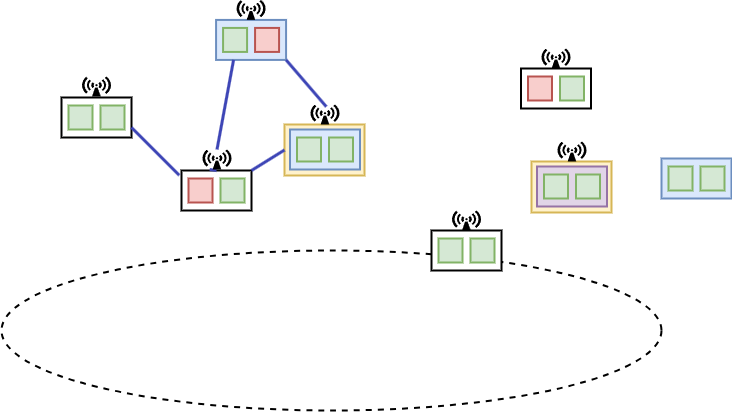
The draw.io diagram 名称未設定ファイル.drawio.png in Creammilky/draw.io, before a commit. Source tidied: cells renumbered, new cells last; positions are measured from the earlier drawing's top-left corner, leaving out a move shared by most shapes.
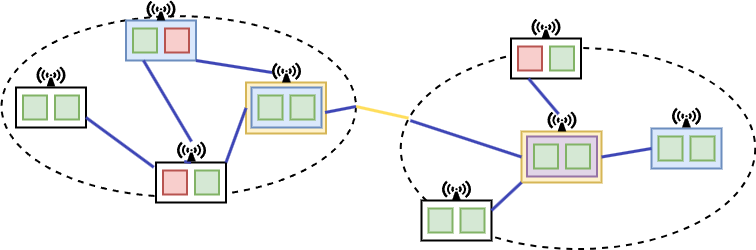
After the commit.

Commit message:
名称未設定ファイル.drawio.png を更新します

What changed in the source:
```diff
@@ -2,47 +2,50 @@
   <root>
     <mxCell id="0" />
     <mxCell id="1" parent="0" />
+    <mxCell id="41" style="ellipse;whiteSpace=wrap;html=1;dashed=1;strokeWidth=2;fillStyle=hatch;fillColor=none;gradientColor=none;" parent="1" vertex="1">
+      <mxGeometry x="409.2" y="78.5" width="354.5" height="201" as="geometry" />
+    </mxCell>
+    <mxCell id="3" style="ellipse;whiteSpace=wrap;html=1;dashed=1;strokeWidth=2;fillStyle=hatch;fillColor=none;gradientColor=none;" parent="1" vertex="1">
+      <mxGeometry x="10" y="46.7" width="354.5" height="180.6" as="geometry" />
+    </mxCell>
     <mxCell id="2" style="rounded=0;whiteSpace=wrap;html=1;strokeWidth=2;fillStyle=auto;labelBackgroundColor=none;strokeColor=#d6b656;fillColor=#fff2cc;" parent="1" vertex="1">
-      <mxGeometry x="283" y="125" width="80" height="51" as="geometry" />
+      <mxGeometry x="254.5" y="113" width="80" height="51" as="geometry" />
     </mxCell>
-    <mxCell id="3" style="ellipse;whiteSpace=wrap;html=1;dashed=1;strokeWidth=2;fillStyle=hatch;fillColor=none;gradientColor=none;" parent="1" vertex="1">
-      <mxGeometry y="251" width="660" height="160" as="geometry" />
-    </mxCell>
     <mxCell id="4" style="rounded=0;whiteSpace=wrap;html=1;strokeWidth=2;" parent="1" vertex="1">
-      <mxGeometry x="60" y="98" width="70" height="40" as="geometry" />
+      <mxGeometry x="24.5" y="118" width="70" height="40" as="geometry" />
     </mxCell>
     <mxCell id="5" style="whiteSpace=wrap;html=1;strokeWidth=2;fillColor=#d5e8d4;strokeColor=#82b366;" parent="1" vertex="1">
-      <mxGeometry x="67" y="106" width="24" height="24" as="geometry" />
+      <mxGeometry x="31.5" y="126" width="24" height="24" as="geometry" />
     </mxCell>
     <mxCell id="6" style="whiteSpace=wrap;html=1;strokeWidth=2;fillColor=#d5e8d4;strokeColor=#82b366;" parent="1" vertex="1">
-      <mxGeometry x="99" y="106" width="24" height="24" as="geometry" />
+      <mxGeometry x="63.5" y="126" width="24" height="24" as="geometry" />
     </mxCell>
     <mxCell id="7" style="rounded=0;whiteSpace=wrap;html=1;strokeWidth=2;" parent="1" vertex="1">
-      <mxGeometry x="180" y="171" width="70" height="40" as="geometry" />
+      <mxGeometry x="164.5" y="193" width="70" height="40" as="geometry" />
     </mxCell>
     <mxCell id="8" style="whiteSpace=wrap;html=1;strokeWidth=2;fillColor=#f8cecc;strokeColor=#b85450;" parent="1" vertex="1">
-      <mxGeometry x="187" y="179" width="24" height="24" as="geometry" />
+      <mxGeometry x="171.5" y="201" width="24" height="24" as="geometry" />
     </mxCell>
     <mxCell id="9" style="whiteSpace=wrap;html=1;strokeWidth=2;fillColor=#d5e8d4;strokeColor=#82b366;" parent="1" vertex="1">
-      <mxGeometry x="219" y="179" width="24" height="24" as="geometry" />
+      <mxGeometry x="203.5" y="201" width="24" height="24" as="geometry" />
     </mxCell>
     <mxCell id="10" style="rounded=0;whiteSpace=wrap;html=1;strokeWidth=2;fillColor=#dae8fc;strokeColor=#6c8ebf;" parent="1" vertex="1">
-      <mxGeometry x="214.6" y="20.4" width="70" height="40" as="geometry" />
+      <mxGeometry x="134.5" y="51" width="70" height="40" as="geometry" />
     </mxCell>
     <mxCell id="11" style="whiteSpace=wrap;html=1;strokeWidth=2;fillColor=#d5e8d4;strokeColor=#82b366;" parent="1" vertex="1">
-      <mxGeometry x="221.6" y="28.4" width="24" height="24" as="geometry" />
+      <mxGeometry x="141.5" y="59" width="24" height="24" as="geometry" />
     </mxCell>
     <mxCell id="12" style="whiteSpace=wrap;html=1;strokeWidth=2;fillColor=#f8cecc;strokeColor=#b85450;" parent="1" vertex="1">
-      <mxGeometry x="253.6" y="28.4" width="24" height="24" as="geometry" />
+      <mxGeometry x="173.5" y="59" width="24" height="24" as="geometry" />
     </mxCell>
     <mxCell id="13" style="rounded=0;whiteSpace=wrap;html=1;strokeWidth=2;fillColor=#dae8fc;strokeColor=#6c8ebf;" parent="1" vertex="1">
-      <mxGeometry x="288.5" y="130" width="70" height="40" as="geometry" />
+      <mxGeometry x="260" y="118" width="70" height="40" as="geometry" />
     </mxCell>
     <mxCell id="14" style="whiteSpace=wrap;html=1;strokeWidth=2;fillColor=#d5e8d4;strokeColor=#82b366;" parent="1" vertex="1">
-      <mxGeometry x="295.5" y="138" width="24" height="24" as="geometry" />
+      <mxGeometry x="267" y="126" width="24" height="24" as="geometry" />
     </mxCell>
     <mxCell id="15" style="whiteSpace=wrap;html=1;strokeWidth=2;fillColor=#d5e8d4;strokeColor=#82b366;" parent="1" vertex="1">
-      <mxGeometry x="327.5" y="138" width="24" height="24" as="geometry" />
+      <mxGeometry x="299" y="126" width="24" height="24" as="geometry" />
     </mxCell>
     <mxCell id="16" style="rounded=0;whiteSpace=wrap;html=1;strokeWidth=2;" parent="1" vertex="1">
       <mxGeometry x="519.5" y="69" width="70" height="40" as="geometry" />
@@ -89,26 +92,26 @@
     <mxCell id="30" style="endArrow=none;html=1;rounded=0;entryX=-0.032;entryY=0.119;entryDx=0;entryDy=0;exitX=1;exitY=0.75;exitDx=0;exitDy=0;strokeWidth=3;strokeColor=#3e46b6;entryPerimeter=0;" parent="1" edge="1" source="4" target="7">
       <mxGeometry relative="1" as="geometry" />
     </mxCell>
-    <mxCell id="31" style="endArrow=none;html=1;rounded=0;entryX=0.545;entryY=0.11;entryDx=0;entryDy=0;exitX=1;exitY=1;exitDx=0;exitDy=0;strokeWidth=3;strokeColor=#3e46b6;entryPerimeter=0;" parent="1" edge="1" source="10" target="37">
+    <mxCell id="31" style="endArrow=none;html=1;rounded=0;entryX=0;entryY=0.5;entryDx=0;entryDy=0;exitX=1;exitY=1;exitDx=0;exitDy=0;strokeWidth=3;strokeColor=#3e46b6;entryPerimeter=0;" parent="1" edge="1" source="10" target="37">
       <mxGeometry relative="1" as="geometry" />
     </mxCell>
     <mxCell id="32" style="endArrow=none;html=1;rounded=0;entryX=0.25;entryY=1;entryDx=0;entryDy=0;exitX=0.5;exitY=0;exitDx=0;exitDy=0;strokeWidth=3;strokeColor=#3e46b6;" parent="1" edge="1" source="36" target="10">
       <mxGeometry relative="1" as="geometry" />
     </mxCell>
     <mxCell id="33" style="shape=mxgraph.signs.safety.non-ionizing_radiation;html=1;fillColor=#000000;strokeColor=none;verticalLabelPosition=bottom;verticalAlign=top;align=center;sketch=0;strokeWidth=1;fillStyle=auto;" parent="1" vertex="1">
-      <mxGeometry x="80.5" y="77" width="29" height="20" as="geometry" />
+      <mxGeometry x="45" y="97" width="29" height="20" as="geometry" />
     </mxCell>
     <mxCell id="34" style="shape=mxgraph.signs.safety.non-ionizing_radiation;html=1;fillColor=#000000;strokeColor=none;verticalLabelPosition=bottom;verticalAlign=top;align=center;sketch=0;strokeWidth=1;fillStyle=auto;" parent="1" vertex="1">
-      <mxGeometry x="235.1" y="0.4" width="29" height="20" as="geometry" />
+      <mxGeometry x="155" y="31" width="29" height="20" as="geometry" />
     </mxCell>
     <mxCell id="35" style="endArrow=none;html=1;rounded=0;entryX=0.25;entryY=1;entryDx=0;entryDy=0;exitX=0.5;exitY=0;exitDx=0;exitDy=0;strokeWidth=3;strokeColor=#3e46b6;" parent="1" edge="1" source="7" target="36">
       <mxGeometry relative="1" as="geometry" />
     </mxCell>
     <mxCell id="36" style="shape=mxgraph.signs.safety.non-ionizing_radiation;html=1;fillColor=#000000;strokeColor=none;verticalLabelPosition=bottom;verticalAlign=top;align=center;sketch=0;strokeWidth=1;fillStyle=auto;" parent="1" vertex="1">
-      <mxGeometry x="201" y="150" width="29" height="20" as="geometry" />
+      <mxGeometry x="185.5" y="172" width="29" height="20" as="geometry" />
     </mxCell>
     <mxCell id="37" style="shape=mxgraph.signs.safety.non-ionizing_radiation;html=1;fillColor=#000000;strokeColor=none;verticalLabelPosition=bottom;verticalAlign=top;align=center;sketch=0;strokeWidth=1;fillStyle=auto;" parent="1" vertex="1">
-      <mxGeometry x="309" y="105" width="29" height="20" as="geometry" />
+      <mxGeometry x="280.5" y="93" width="29" height="20" as="geometry" />
     </mxCell>
     <mxCell id="38" style="shape=mxgraph.signs.safety.non-ionizing_radiation;html=1;fillColor=#000000;strokeColor=none;verticalLabelPosition=bottom;verticalAlign=top;align=center;sketch=0;strokeWidth=1;fillStyle=auto;" parent="1" vertex="1">
       <mxGeometry x="450.5" y="211" width="29" height="20" as="geometry" />
@@ -119,5 +122,26 @@
     <mxCell id="40" style="shape=mxgraph.signs.safety.non-ionizing_radiation;html=1;fillColor=#000000;strokeColor=none;verticalLabelPosition=bottom;verticalAlign=top;align=center;sketch=0;strokeWidth=1;fillStyle=auto;" parent="1" vertex="1">
       <mxGeometry x="556" y="142" width="29" height="20" as="geometry" />
     </mxCell>
+    <mxCell id="42" style="endArrow=none;html=1;rounded=0;entryX=0.022;entryY=0.349;entryDx=0;entryDy=0;strokeWidth=3;strokeColor=#FFDE5C;exitX=1;exitY=0.5;exitDx=0;exitDy=0;entryPerimeter=0;" parent="1" edge="1" source="3" target="41">
+      <mxGeometry relative="1" as="geometry" />
+    </mxCell>
+    <mxCell id="43" style="endArrow=none;html=1;rounded=0;entryX=0;entryY=1;entryDx=0;entryDy=0;strokeWidth=3;strokeColor=#3e46b6;exitX=1;exitY=0.25;exitDx=0;exitDy=0;" parent="1" edge="1" source="19" target="25">
+      <mxGeometry relative="1" as="geometry" />
+    </mxCell>
+    <mxCell id="44" style="endArrow=none;html=1;rounded=0;entryX=0.25;entryY=1;entryDx=0;entryDy=0;strokeWidth=3;strokeColor=#3e46b6;exitX=0.383;exitY=0.126;exitDx=0;exitDy=0;exitPerimeter=0;" parent="1" edge="1" source="40" target="16">
+      <mxGeometry relative="1" as="geometry" />
+    </mxCell>
+    <mxCell id="45" style="shape=mxgraph.signs.safety.non-ionizing_radiation;html=1;fillColor=#000000;strokeColor=none;verticalLabelPosition=bottom;verticalAlign=top;align=center;sketch=0;strokeWidth=1;fillStyle=auto;" parent="1" vertex="1">
+      <mxGeometry x="680.5" y="138" width="29" height="20" as="geometry" />
+    </mxCell>
+    <mxCell id="46" style="endArrow=none;html=1;rounded=0;entryX=0;entryY=0.5;entryDx=0;entryDy=0;strokeWidth=3;strokeColor=#3e46b6;exitX=1;exitY=0.5;exitDx=0;exitDy=0;" parent="1" edge="1" source="25" target="22">
+      <mxGeometry relative="1" as="geometry" />
+    </mxCell>
+    <mxCell id="47" style="endArrow=none;html=1;rounded=0;entryX=1;entryY=0.5;entryDx=0;entryDy=0;strokeWidth=3;strokeColor=#3e46b6;exitX=1.051;exitY=0.625;exitDx=0;exitDy=0;exitPerimeter=0;" parent="1" edge="1" source="13" target="3">
+      <mxGeometry relative="1" as="geometry" />
+    </mxCell>
+    <mxCell id="48" style="endArrow=none;html=1;rounded=0;entryX=0.027;entryY=0.361;entryDx=0;entryDy=0;strokeWidth=3;strokeColor=#3e46b6;exitX=0;exitY=0.5;exitDx=0;exitDy=0;entryPerimeter=0;" parent="1" edge="1" source="25" target="41">
+      <mxGeometry relative="1" as="geometry" />
+    </mxCell>
   </root>
 </mxGraphModel>
```
